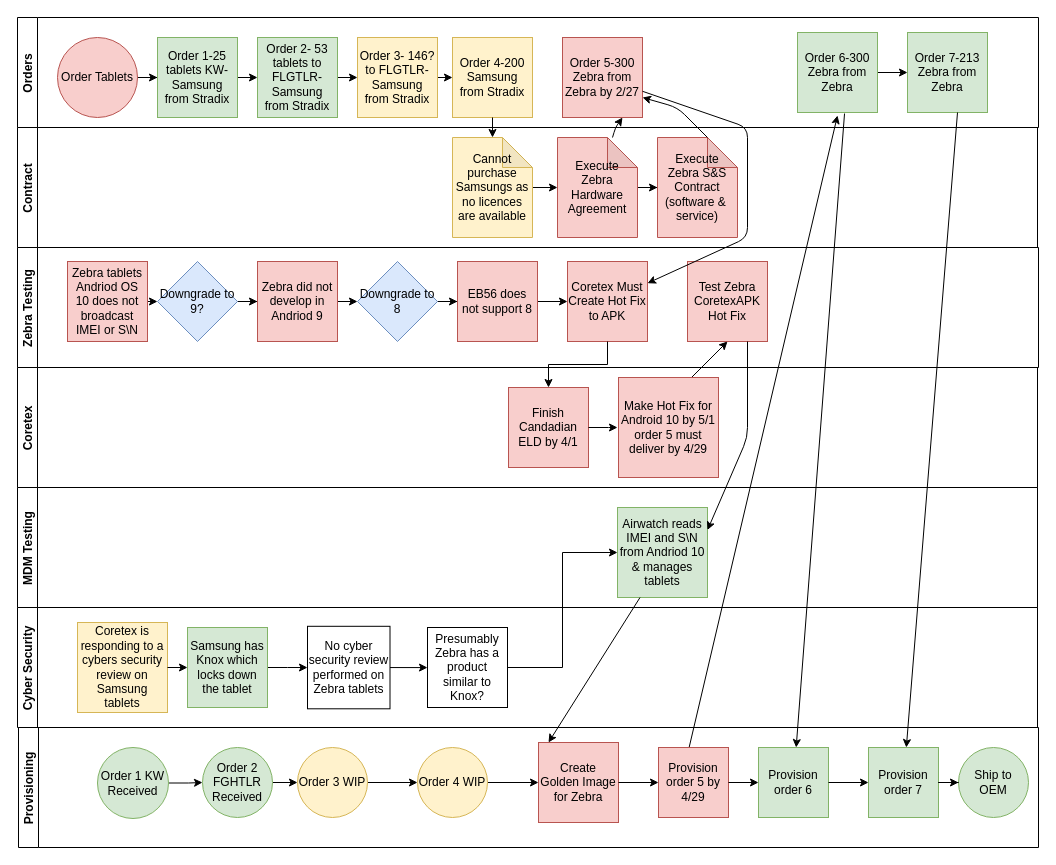
Earlier version of the draw.io diagram Tablet Orders.drawio (RustyTruck/plc4trucksduck). Source tidied: cells renumbered, new cells numbered last; positions are measured from the earlier drawing's top-left corner, leaving out a move shared by most shapes. Both pictures are drawn from the tidied source at 100%, with x=0, y=0 at pixel (17, 17).
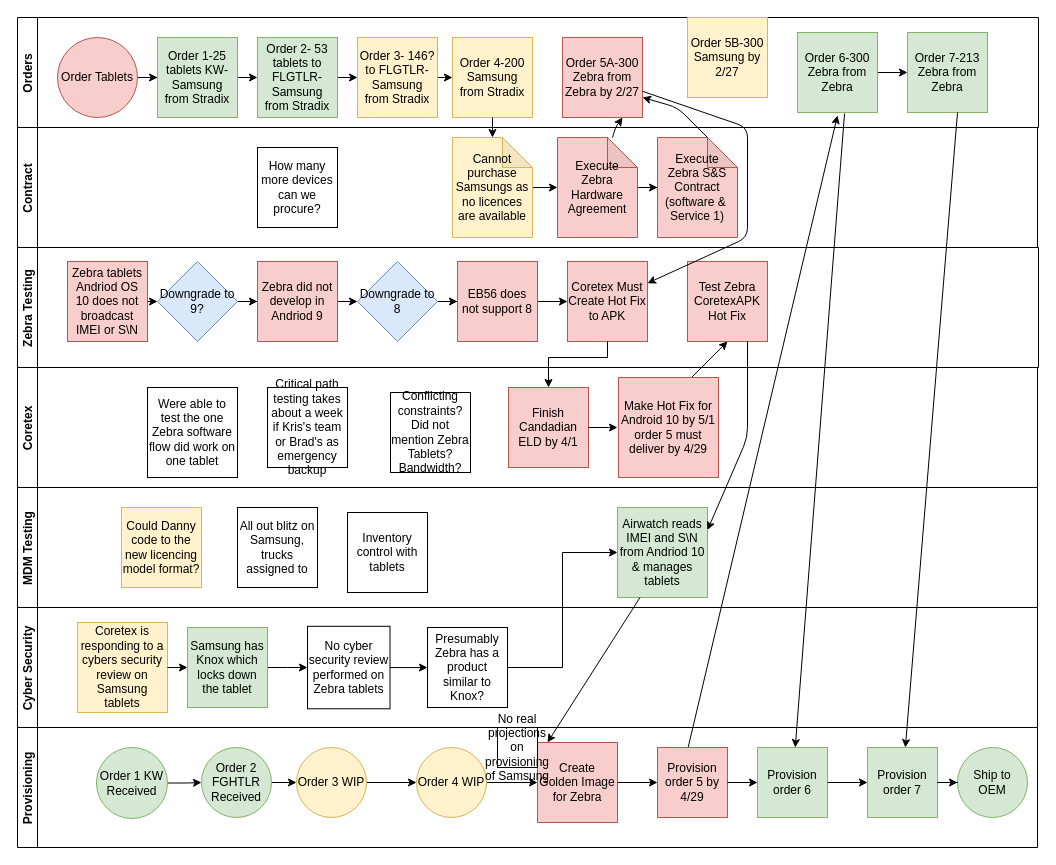
The same diagram, later.

The change refers to these unchanged cells:
```xml
<mxCell id="2" value="Orders" style="swimlane;startSize=20;horizontal=0;" parent="1" vertex="1">
  <mxGeometry width="1021" height="110" as="geometry" />
</mxCell>
<mxCell id="28" value="Coretex Must Create Hot Fix to APK" style="whiteSpace=wrap;html=1;rounded=0;fillColor=#f8cecc;strokeColor=#b85450;" parent="17" vertex="1">
  <mxGeometry x="550" y="14" width="80" height="80" as="geometry" />
</mxCell>
<mxCell id="31" value="Contract" style="swimlane;startSize=20;horizontal=0;rounded=0;" parent="1" vertex="1">
  <mxGeometry y="110" width="1020" height="120" as="geometry" />
</mxCell>
<mxCell id="38" value="Coretex" style="swimlane;startSize=20;horizontal=0;rounded=0;swimlaneLine=1;" parent="1" vertex="1">
  <mxGeometry y="350" width="1020" height="120" as="geometry" />
</mxCell>
<mxCell id="39" value="Finish Candadian ELD by 4/1" style="whiteSpace=wrap;html=1;rounded=0;fillColor=#f8cecc;strokeColor=#b85450;" parent="38" vertex="1">
  <mxGeometry x="491" y="20" width="80" height="80" as="geometry" />
</mxCell>
<mxCell id="49" value="MDM Testing" style="swimlane;startSize=20;horizontal=0;" parent="1" vertex="1">
  <mxGeometry y="470" width="1020" height="120" as="geometry" />
</mxCell>
```

What changed in the source:
```diff
@@
-    <mxCell id="12" value="Order 5-300 Zebra from Zebra by 2/27" style="whiteSpace=wrap;html=1;fillColor=#f8cecc;strokeColor=#b85450;" parent="2" vertex="1">
+    <mxCell id="12" value="Order 5A-300 Zebra from Zebra by 2/27" style="whiteSpace=wrap;html=1;fillColor=#f8cecc;strokeColor=#b85450;" parent="2" vertex="1">
       <mxGeometry x="545" y="20" width="80" height="80" as="geometry" />
     </mxCell>
@@
+    <mxCell id="79" value="Order 5B-300 Samsung by 2/27" style="whiteSpace=wrap;html=1;fillColor=#fff2cc;strokeColor=#d6b656;" parent="2" vertex="1">
+      <mxGeometry x="670" width="80" height="80" as="geometry" />
+    </mxCell>
@@
-    <mxCell id="36" value="Execute Zebra S&amp;amp;S Contract (software &amp;amp;&amp;nbsp; service)" style="shape=note;whiteSpace=wrap;html=1;backgroundOutline=1;darkOpacity=0.05;rounded=0;fillColor=#f8cecc;strokeColor=#b85450;" parent="31" vertex="1">
+    <mxCell id="36" value="Execute Zebra S&amp;amp;S Contract (software &amp;amp;&amp;nbsp; Service 1)" style="shape=note;whiteSpace=wrap;html=1;backgroundOutline=1;darkOpacity=0.05;rounded=0;fillColor=#f8cecc;strokeColor=#b85450;" parent="31" vertex="1">
       <mxGeometry x="640" y="10" width="80" height="100" as="geometry" />
     </mxCell>
@@
+    <mxCell id="80" value="How many more devices can we procure?" style="whiteSpace=wrap;html=1;" parent="31" vertex="1">
+      <mxGeometry x="240" y="20" width="80" height="80" as="geometry" />
+    </mxCell>
@@
+    <mxCell id="81" value="Were able to test the one Zebra software flow did work on one tablet" style="whiteSpace=wrap;html=1;" parent="38" vertex="1">
+      <mxGeometry x="130" y="20" width="90" height="90" as="geometry" />
+    </mxCell>
+    <mxCell id="82" value="Critical path testing takes about a week if Kris's team or Brad's as emergency backup" style="whiteSpace=wrap;html=1;" parent="38" vertex="1">
+      <mxGeometry x="250" y="20" width="80" height="80" as="geometry" />
+    </mxCell>
+    <mxCell id="83" value="Conflicting constraints? Did not mention Zebra Tablets? Bandwidth?" style="whiteSpace=wrap;html=1;" parent="38" vertex="1">
+      <mxGeometry x="373" y="25" width="80" height="80" as="geometry" />
+    </mxCell>
@@
+    <mxCell id="84" value="Could Danny code to the new licencing model format?" style="whiteSpace=wrap;html=1;fillColor=#fff2cc;strokeColor=#d6b656;" parent="49" vertex="1">
+      <mxGeometry x="104" y="20" width="80" height="80" as="geometry" />
+    </mxCell>
+    <mxCell id="85" value="All out blitz on Samsung, trucks assigned to" style="whiteSpace=wrap;html=1;" parent="49" vertex="1">
+      <mxGeometry x="220" y="20" width="80" height="80" as="geometry" />
+    </mxCell>
+    <mxCell id="86" value="Inventory control with tablets" style="whiteSpace=wrap;html=1;" parent="49" vertex="1">
+      <mxGeometry x="330" y="25" width="80" height="80" as="geometry" />
+    </mxCell>
@@
     <mxCell id="55" style="edgeStyle=orthogonalEdgeStyle;rounded=0;jettySize=auto;html=1;" parent="1" edge="1" source="28" target="39">
-      <mxGeometry relative="1" as="geometry" />
+      <mxGeometry relative="1" as="geometry">
+        <Array as="points">
+          <mxPoint x="590" y="340" />
+          <mxPoint x="531" y="340" />
+        </Array>
+      </mxGeometry>
     </mxCell>
@@
     <mxCell id="60" value="Provisioning" style="swimlane;startSize=20;horizontal=0;" parent="1" vertex="1">
-      <mxGeometry x="1" y="710" width="1020" height="120" as="geometry" />
+      <mxGeometry y="710" width="1020" height="120" as="geometry" />
     </mxCell>
@@
+    <mxCell id="87" value="No real projections on provisioning of Samsung&lt;br&gt;" style="whiteSpace=wrap;html=1;" parent="60" vertex="1">
+      <mxGeometry x="480" width="40" height="40" as="geometry" />
+    </mxCell>
```
